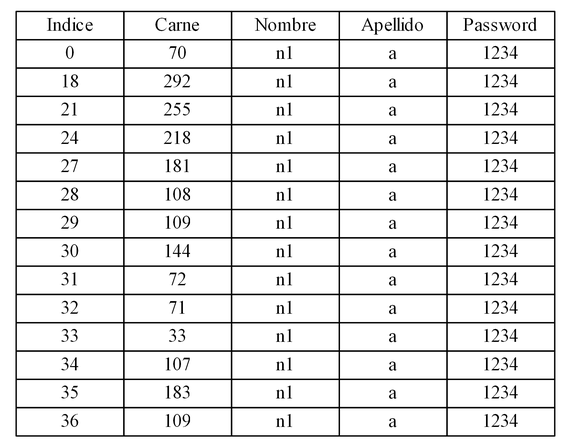
montherbasir/EDD_DIC_2019_PY2_201807120 keeps this Graphviz diagram as hash.png. Above is the earlier version. Its source is kept beside it as hash.dot.
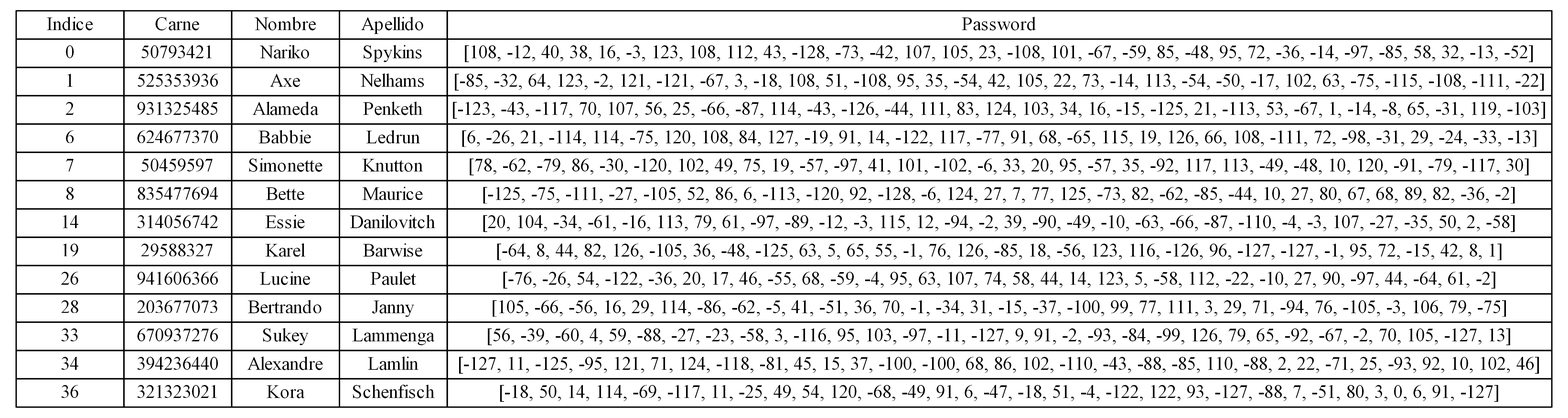
After the change.

Change to the diagram source:
```diff
@@ -9,101 +9,94 @@
         label = <<table border="0" cellspacing="0">
         <tr><td border="1" width="80">Indice</td>        <td border="1" width="80">Carne</td>        <td border="1" width="80">Nombre</td>        <td border="1" width="80">Apellido</td>        <td border="1" width="80">Password</td>        </tr>      <tr>
 <td border="1" width="80">0</td>
-      <td border="1" width="80">70</td>
-      <td border="1" width="80">n1</td>
-      <td border="1" width="80">a</td>
-      <td border="1" width="80">1234</td>
+      <td border="1" width="80">50793421</td>
+      <td border="1" width="80">Nariko</td>
+      <td border="1" width="80">Spykins</td>
+      <td border="1" width="80">[108, -12, 40, 38, 16, -3, 123, 108, 112, 43, -128, -73, -42, 107, 105, 23, -108, 101, -67, -59, 85, -48, 95, 72, -36, -14, -97, -85, 58, 32, -13, -52]</td>
 </tr>
       <tr>
-<td border="1" width="80">18</td>
-      <td border="1" width="80">292</td>
-      <td border="1" width="80">n1</td>
-      <td border="1" width="80">a</td>
-      <td border="1" width="80">1234</td>
+<td border="1" width="80">1</td>
+      <td border="1" width="80">525353936</td>
+      <td border="1" width="80">Axe</td>
+      <td border="1" width="80">Nelhams</td>
+      <td border="1" width="80">[-85, -32, 64, 123, -2, 121, -121, -67, 3, -18, 108, 51, -108, 95, 35, -54, 42, 105, 22, 73, -14, 113, -54, -50, -17, 102, 63, -75, -115, -108, -111, -22]</td>
 </tr>
       <tr>
-<td border="1" width="80">21</td>
-      <td border="1" width="80">255</td>
-      <td border="1" width="80">n1</td>
-      <td border="1" width="80">a</td>
-      <td border="1" width="80">1234</td>
+<td border="1" width="80">2</td>
+      <td border="1" width="80">931325485</td>
+      <td border="1" width="80">Alameda</td>
+      <td border="1" width="80">Penketh</td>
+      <td border="1" width="80">[-123, -43, -117, 70, 107, 56, 25, -66, -87, 114, -43, -126, -44, 111, 83, 124, 103, 34, 16, -15, -125, 21, -113, 53, -67, 1, -14, -8, 65, -31, 119, -103]</td>
 </tr>
       <tr>
-<td border="1" width="80">24</td>
-      <td border="1" width="80">218</td>
-      <td border="1" width="80">n1</td>
-      <td border="1" width="80">a</td>
-      <td border="1" width="80">1234</td>
+<td border="1" width="80">6</td>
+      <td border="1" width="80">624677370</td>
+      <td border="1" width="80">Babbie</td>
+      <td border="1" width="80">Ledrun</td>
+      <td border="1" width="80">[6, -26, 21, -114, 114, -75, 120, 108, 84, 127, -19, 91, 14, -122, 117, -77, 91, 68, -65, 115, 19, 126, 66, 108, -111, 72, -98, -31, 29, -24, -33, -13]</td>
 </tr>
       <tr>
-<td border="1" width="80">27</td>
-      <td border="1" width="80">181</td>
-      <td border="1" width="80">n1</td>
-      <td border="1" width="80">a</td>
-      <td border="1" width="80">1234</td>
+<td border="1" width="80">7</td>
+      <td border="1" width="80">50459597</td>
+      <td border="1" width="80">Simonette</td>
+      <td border="1" width="80">Knutton</td>
+      <td border="1" width="80">[78, -62, -79, 86, -30, -120, 102, 49, 75, 19, -57, -97, 41, 101, -102, -6, 33, 20, 95, -57, 35, -92, 117, 113, -49, -48, 10, 120, -91, -79, -117, 30]</td>
+</tr>
+      <tr>
+<td border="1" width="80">8</td>
+      <td border="1" width="80">835477694</td>
+      <td border="1" width="80">Bette</td>
+      <td border="1" width="80">Maurice</td>
+      <td border="1" width="80">[-125, -75, -111, -27, -105, 52, 86, 6, -113, -120, 92, -128, -6, 124, 27, 7, 77, 125, -73, 82, -62, -85, -44, 10, 27, 80, 67, 68, 89, 82, -36, -2]</td>
+</tr>
+      <tr>
+<td border="1" width="80">14</td>
+      <td border="1" width="80">314056742</td>
+      <td border="1" width="80">Essie</td>
+      <td border="1" width="80">Danilovitch</td>
+      <td border="1" width="80">[20, 104, -34, -61, -16, 113, 79, 61, -97, -89, -12, -3, 115, 12, -94, -2, 39, -90, -49, -10, -63, -66, -87, -110, -4, -3, 107, -27, -35, 50, 2, -58]</td>
+</tr>
+      <tr>
+<td border="1" width="80">19</td>
+      <td border="1" width="80">29588327</td>
+      <td border="1" width="80">Karel</td>
+      <td border="1" width="80">Barwise</td>
+      <td border="1" width="80">[-64, 8, 44, 82, 126, -105, 36, -48, -125, 63, 5, 65, 55, -1, 76, 126, -85, 18, -56, 123, 116, -126, 96, -127, -127, -1, 95, 72, -15, 42, 8, 1]</td>
+</tr>
+      <tr>
+<td border="1" width="80">26</td>
+      <td border="1" width="80">941606366</td>
+      <td border="1" width="80">Lucine</td>
+      <td border="1" width="80">Paulet</td>
+      <td border="1" width="80">[-76, -26, 54, -122, -36, 20, 17, 46, -55, 68, -59, -4, 95, 63, 107, 74, 58, 44, 14, 123, 5, -58, 112, -22, -10, 27, 90, -97, 44, -64, 61, -2]</td>
 </tr>
       <tr>
 <td border="1" width="80">28</td>
-      <td border="1" width="80">108</td>
-      <td border="1" width="80">n1</td>
-      <td border="1" width="80">a</td>
-      <td border="1" width="80">1234</td>
-</tr>
-      <tr>
-<td border="1" width="80">29</td>
-      <td border="1" width="80">109</td>
-      <td border="1" width="80">n1</td>
-      <td border="1" width="80">a</td>
-      <td border="1" width="80">1234</td>
-</tr>
-      <tr>
-<td border="1" width="80">30</td>
-      <td border="1" width="80">144</td>
-      <td border="1" width="80">n1</td>
-      <td border="1" width="80">a</td>
-      <td border="1" width="80">1234</td>
-</tr>
-      <tr>
-<td border="1" width="80">31</td>
-      <td border="1" width="80">72</td>
-      <td border="1" width="80">n1</td>
-      <td border="1" width="80">a</td>
-      <td border="1" width="80">1234</td>
-</tr>
-      <tr>
-<td border="1" width="80">32</td>
-      <td border="1" width="80">71</td>
-      <td border="1" width="80">n1</td>
-      <td border="1" width="80">a</td>
-      <td border="1" width="80">1234</td>
+      <td border="1" width="80">203677073</td>
+      <td border="1" width="80">Bertrando</td>
+      <td border="1" width="80">Janny</td>
+      <td border="1" width="80">[105, -66, -56, 16, 29, 114, -86, -62, -5, 41, -51, 36, 70, -1, -34, 31, -15, -37, -100, 99, 77, 111, 3, 29, 71, -94, 76, -105, -3, 106, 79, -75]</td>
 </tr>
       <tr>
 <td border="1" width="80">33</td>
-      <td border="1" width="80">33</td>
-      <td border="1" width="80">n1</td>
-      <td border="1" width="80">a</td>
-      <td border="1" width="80">1234</td>
+      <td border="1" width="80">670937276</td>
+      <td border="1" width="80">Sukey</td>
+      <td border="1" width="80">Lammenga</td>
+      <td border="1" width="80">[56, -39, -60, 4, 59, -88, -27, -23, -58, 3, -116, 95, 103, -97, -11, -127, 9, 91, -2, -93, -84, -99, 126, 79, 65, -92, -67, -2, 70, 105, -127, 13]</td>
 </tr>
       <tr>
 <td border="1" width="80">34</td>
-      <td border="1" width="80">107</td>
-      <td border="1" width="80">n1</td>
-      <td border="1" width="80">a</td>
-      <td border="1" width="80">1234</td>
-</tr>
-      <tr>
-<td border="1" width="80">35</td>
-      <td border="1" width="80">183</td>
-      <td border="1" width="80">n1</td>
-      <td border="1" width="80">a</td>
-      <td border="1" width="80">1234</td>
+      <td border="1" width="80">394236440</td>
+      <td border="1" width="80">Alexandre</td>
+      <td border="1" width="80">Lamlin</td>
+      <td border="1" width="80">[-127, 11, -125, -95, 121, 71, 124, -118, -81, 45, 15, 37, -100, -100, 68, 86, 102, -110, -43, -88, -85, 110, -88, 2, 22, -71, 25, -93, 92, 10, 102, 46]</td>
 </tr>
       <tr>
 <td border="1" width="80">36</td>
-      <td border="1" width="80">109</td>
-      <td border="1" width="80">n1</td>
-      <td border="1" width="80">a</td>
-      <td border="1" width="80">1234</td>
+      <td border="1" width="80">321323021</td>
+      <td border="1" width="80">Kora</td>
+      <td border="1" width="80">Schenfisch</td>
+      <td border="1" width="80">[-18, 50, 14, 114, -69, -117, 11, -25, 49, 54, 120, -68, -49, 91, 6, -47, -18, 51, -4, -122, 122, 93, -127, -88, 7, -51, 80, 3, 0, 6, 91, -127]</td>
 </tr>
                 </table>>
     ]
```
